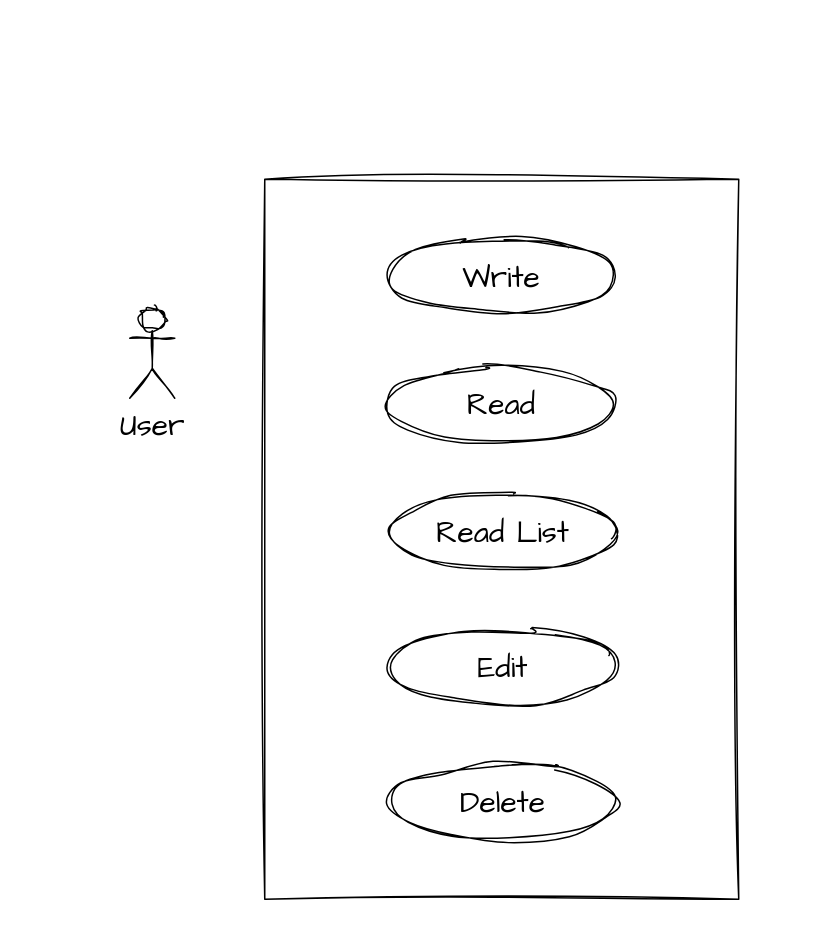
hyeon9won/sparta keeps this draw.io diagram as TheBoardUseCaseDiagram.drawio. Above is the earlier version. Source tidied: cells renumbered, new cells numbered last; positions are measured from the earlier drawing's top-left corner, leaving out a move shared by most shapes. Both pictures are drawn from the tidied source at 150%, with x=0, y=0 at pixel (129, 178).
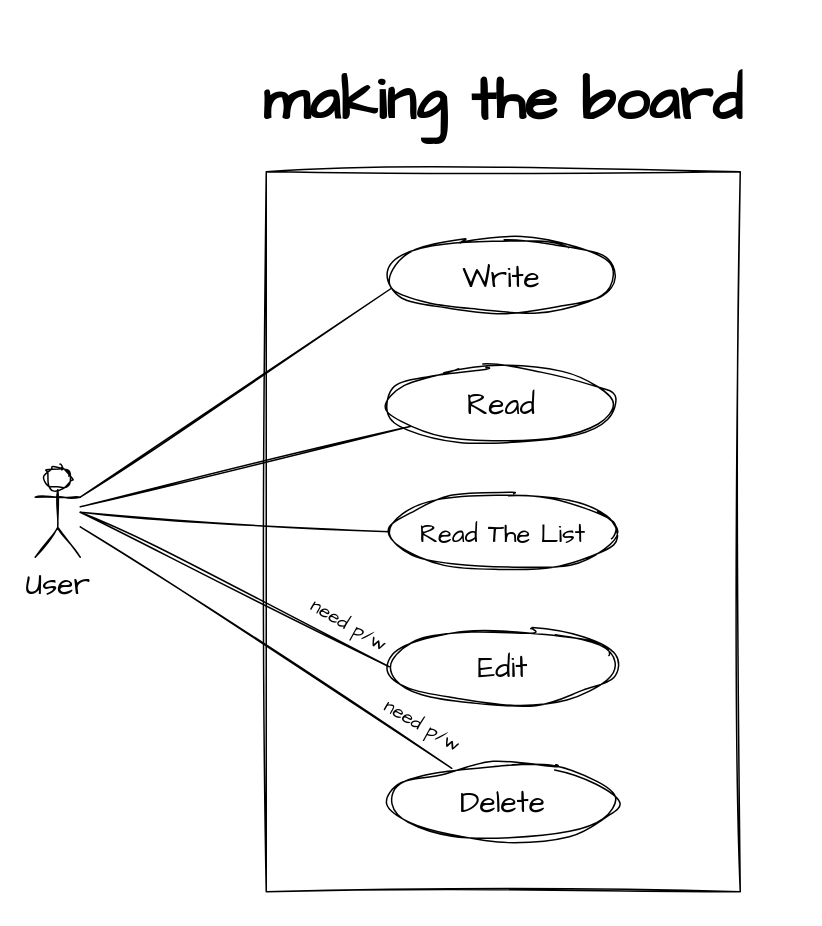
The same page after the edit.

What changed in the source:
```diff
@@
 <mxGraphModel>
   <root>
     <mxCell id="0" />
     <mxCell id="1" parent="0" />
     <mxCell id="2" style="rounded=0;whiteSpace=wrap;html=1;sketch=1;hachureGap=4;jiggle=2;curveFitting=1;fontFamily=Architects Daughter;fontSize=20;" parent="1" vertex="1">
-      <mxGeometry x="90" width="316" height="480" as="geometry" />
+      <mxGeometry x="91" y="-5" width="316" height="480" as="geometry" />
     </mxCell>
     <mxCell id="3" value="User" style="shape=umlActor;verticalLabelPosition=bottom;verticalAlign=top;html=1;outlineConnect=0;sketch=1;hachureGap=4;jiggle=2;curveFitting=1;fontFamily=Architects Daughter;fontSize=20;" parent="1" vertex="1">
-      <mxGeometry y="86" width="30" height="60" as="geometry" />
+      <mxGeometry x="-63" y="192" width="30" height="60" as="geometry" />
     </mxCell>
     <mxCell id="4" value="Write" style="ellipse;whiteSpace=wrap;html=1;sketch=1;hachureGap=4;jiggle=2;curveFitting=1;fontFamily=Architects Daughter;fontSize=20;" parent="1" vertex="1">
       <mxGeometry x="172" y="40" width="152" height="50" as="geometry" />
     </mxCell>
     <mxCell id="5" value="Read" style="ellipse;whiteSpace=wrap;html=1;sketch=1;hachureGap=4;jiggle=2;curveFitting=1;fontFamily=Architects Daughter;fontSize=20;" parent="1" vertex="1">
       <mxGeometry x="172" y="125" width="152" height="50" as="geometry" />
     </mxCell>
-    <mxCell id="6" value="Read List" style="ellipse;whiteSpace=wrap;html=1;sketch=1;hachureGap=4;jiggle=2;curveFitting=1;fontFamily=Architects Daughter;fontSize=20;" parent="1" vertex="1">
+    <mxCell id="6" value="&lt;font style=&quot;font-size: 17px;&quot;&gt;Read The List&lt;/font&gt;" style="ellipse;whiteSpace=wrap;html=1;sketch=1;hachureGap=4;jiggle=2;curveFitting=1;fontFamily=Architects Daughter;fontSize=20;" parent="1" vertex="1">
       <mxGeometry x="173" y="210" width="152" height="50" as="geometry" />
     </mxCell>
     <mxCell id="7" value="Edit" style="ellipse;whiteSpace=wrap;html=1;sketch=1;hachureGap=4;jiggle=2;curveFitting=1;fontFamily=Architects Daughter;fontSize=20;" parent="1" vertex="1">
       <mxGeometry x="173" y="300" width="152" height="50" as="geometry" />
     </mxCell>
     <mxCell id="8" value="Delete" style="ellipse;whiteSpace=wrap;html=1;sketch=1;hachureGap=4;jiggle=2;curveFitting=1;fontFamily=Architects Daughter;fontSize=20;" parent="1" vertex="1">
       <mxGeometry x="173" y="390" width="152" height="50" as="geometry" />
     </mxCell>
+    <mxCell id="9" value="&lt;h1&gt;making the board&lt;/h1&gt;" style="text;html=1;strokeColor=none;fillColor=none;spacing=5;spacingTop=-20;whiteSpace=wrap;overflow=hidden;rounded=0;fontSize=20;fontFamily=Architects Daughter;" parent="1" vertex="1">
+      <mxGeometry x="84" y="-92" width="360" height="120" as="geometry" />
+    </mxCell>
+    <mxCell id="10" style="endArrow=none;html=1;rounded=0;sketch=1;hachureGap=4;jiggle=2;curveFitting=1;fontFamily=Architects Daughter;fontSize=16;entryX=0.013;entryY=0.66;entryDx=0;entryDy=0;entryPerimeter=0;" parent="1" edge="1" source="3" target="4">
+      <mxGeometry relative="1" as="geometry" />
+    </mxCell>
+    <mxCell id="11" style="endArrow=none;html=1;rounded=0;sketch=1;hachureGap=4;jiggle=2;curveFitting=1;fontFamily=Architects Daughter;fontSize=16;" parent="1" edge="1" source="3" target="5">
+      <mxGeometry relative="1" as="geometry" />
+    </mxCell>
+    <mxCell id="12" style="endArrow=none;html=1;rounded=0;sketch=1;hachureGap=4;jiggle=2;curveFitting=1;fontFamily=Architects Daughter;fontSize=16;entryX=0;entryY=0.5;entryDx=0;entryDy=0;" parent="1" edge="1" target="6">
+      <mxGeometry relative="1" as="geometry">
+        <mxPoint x="-33" y="222" as="sourcePoint" />
+      </mxGeometry>
+    </mxCell>
+    <mxCell id="13" style="endArrow=none;html=1;rounded=0;sketch=1;hachureGap=4;jiggle=2;curveFitting=1;fontFamily=Architects Daughter;fontSize=16;entryX=0;entryY=0.5;entryDx=0;entryDy=0;" parent="1" edge="1" target="7">
+      <mxGeometry relative="1" as="geometry">
+        <mxPoint x="-33" y="222" as="sourcePoint" />
+      </mxGeometry>
+    </mxCell>
+    <mxCell id="14" style="endArrow=none;html=1;rounded=0;sketch=1;hachureGap=4;jiggle=2;curveFitting=1;fontFamily=Architects Daughter;fontSize=16;" parent="1" edge="1" source="3" target="8">
+      <mxGeometry relative="1" as="geometry" />
+    </mxCell>
+    <mxCell id="15" value="&lt;font style=&quot;font-size: 13px;&quot;&gt;need p/w&lt;/font&gt;" style="text;html=1;strokeColor=none;fillColor=none;align=center;verticalAlign=middle;whiteSpace=wrap;rounded=0;fontSize=20;fontFamily=Architects Daughter;rotation=30;" parent="1" vertex="1">
+      <mxGeometry x="142" y="347" width="110" height="30" as="geometry" />
+    </mxCell>
+    <mxCell id="16" value="&lt;font style=&quot;font-size: 13px;&quot;&gt;need p/w&lt;/font&gt;" style="text;html=1;strokeColor=none;fillColor=none;align=center;verticalAlign=middle;whiteSpace=wrap;rounded=0;fontSize=20;fontFamily=Architects Daughter;rotation=30;" parent="1" vertex="1">
+      <mxGeometry x="93" y="280" width="110" height="30" as="geometry" />
+    </mxCell>
   </root>
 </mxGraphModel>
```
